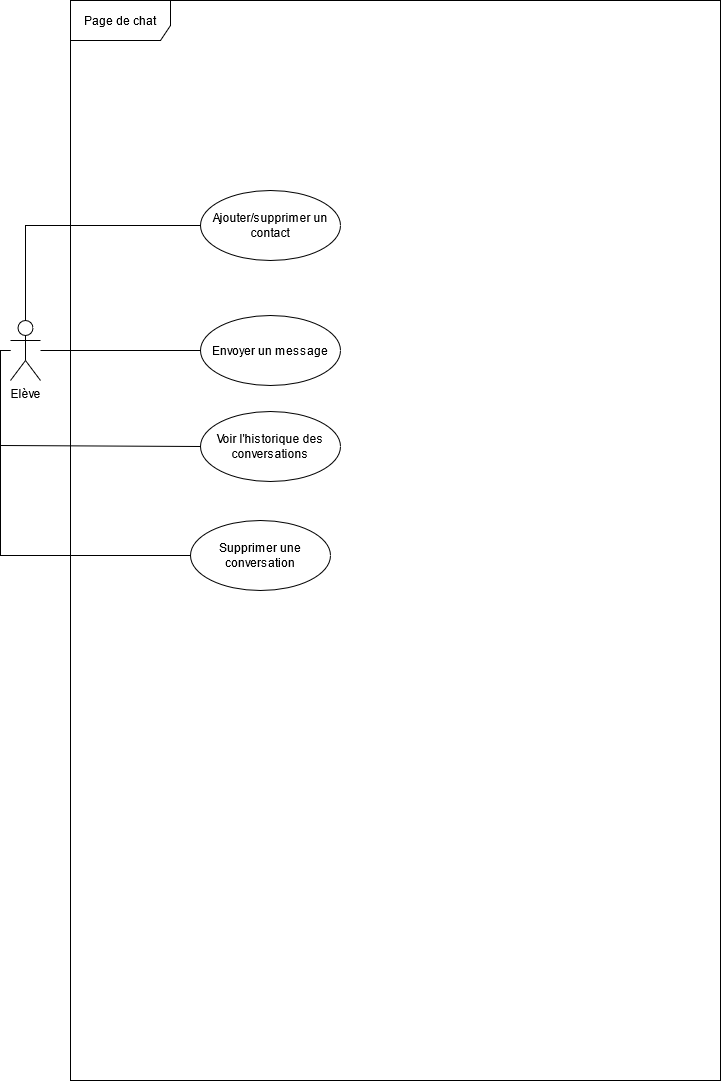
Earlier version of the draw.io export UML/uml_page_de_chat.png (Dany-cm/P3_Designez_une_application). Source tidied: cells renumbered, new cells last; positions are measured from the earlier drawing's top-left corner, leaving out a move shared by most shapes. Source of this version:
```xml
<mxGraphModel>
  <root>
    <mxCell id="0" />
    <mxCell id="1" parent="0" />
    <mxCell id="2" style="edgeStyle=orthogonalEdgeStyle;rounded=0;sketch=0;jettySize=auto;html=1;entryX=0;entryY=0.5;entryDx=0;entryDy=0;endArrow=none;endFill=0;" parent="1" edge="1" source="6" target="9">
      <mxGeometry relative="1" as="geometry">
        <Array as="points">
          <mxPoint x="25" y="225" />
        </Array>
      </mxGeometry>
    </mxCell>
    <mxCell id="3" style="edgeStyle=orthogonalEdgeStyle;rounded=0;sketch=0;jettySize=auto;html=1;entryX=0;entryY=0.5;entryDx=0;entryDy=0;endArrow=none;endFill=0;" parent="1" edge="1" source="6" target="10">
      <mxGeometry relative="1" as="geometry">
        <Array as="points">
          <mxPoint y="350" />
          <mxPoint y="445" />
        </Array>
      </mxGeometry>
    </mxCell>
    <mxCell id="4" style="edgeStyle=orthogonalEdgeStyle;rounded=0;sketch=0;jettySize=auto;html=1;startArrow=none;startFill=0;endArrow=none;endFill=0;" parent="1" edge="1" source="6" target="8">
      <mxGeometry relative="1" as="geometry" />
    </mxCell>
    <mxCell id="5" style="edgeStyle=orthogonalEdgeStyle;rounded=0;sketch=0;jettySize=auto;html=1;entryX=0;entryY=0.5;entryDx=0;entryDy=0;startArrow=none;startFill=0;endArrow=none;endFill=0;" parent="1" edge="1" source="6" target="11">
      <mxGeometry relative="1" as="geometry">
        <Array as="points">
          <mxPoint y="350" />
          <mxPoint y="555" />
        </Array>
      </mxGeometry>
    </mxCell>
    <mxCell id="6" value="Elève" style="shape=umlActor;verticalLabelPosition=bottom;verticalAlign=top;html=1;" parent="1" vertex="1">
      <mxGeometry x="10" y="320" width="30" height="60" as="geometry" />
    </mxCell>
    <mxCell id="7" value="Page de chat" style="shape=umlFrame;whiteSpace=wrap;html=1;width=100;height=40;" parent="1" vertex="1">
      <mxGeometry x="70" width="650" height="1080" as="geometry" />
    </mxCell>
    <mxCell id="8" value="Envoyer un message" style="ellipse;whiteSpace=wrap;html=1;" parent="1" vertex="1">
      <mxGeometry x="200" y="315" width="140" height="70" as="geometry" />
    </mxCell>
    <mxCell id="9" value="Ajouter/supprimer un contact" style="ellipse;whiteSpace=wrap;html=1;" parent="1" vertex="1">
      <mxGeometry x="200" y="190" width="140" height="70" as="geometry" />
    </mxCell>
    <mxCell id="10" value="Voir l'historique des conversations" style="ellipse;whiteSpace=wrap;html=1;" parent="1" vertex="1">
      <mxGeometry x="200" y="411" width="140" height="70" as="geometry" />
    </mxCell>
    <mxCell id="11" value="Supprimer une conversation" style="ellipse;whiteSpace=wrap;html=1;" parent="1" vertex="1">
      <mxGeometry x="190" y="520" width="140" height="70" as="geometry" />
    </mxCell>
  </root>
</mxGraphModel>
```
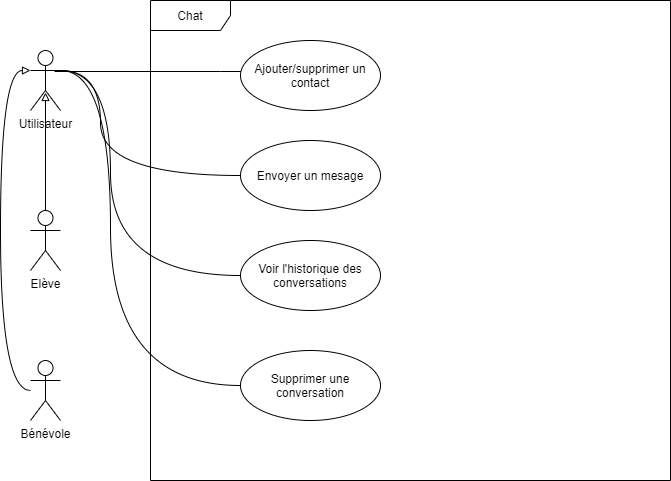
The same diagram one commit later.

Diff of the diagram source:
```diff
@@ -2,49 +2,73 @@
   <root>
     <mxCell id="0" />
     <mxCell id="1" parent="0" />
-    <mxCell id="2" style="edgeStyle=orthogonalEdgeStyle;rounded=0;sketch=0;jettySize=auto;html=1;entryX=0;entryY=0.5;entryDx=0;entryDy=0;endArrow=none;endFill=0;" parent="1" edge="1" source="6" target="9">
-      <mxGeometry relative="1" as="geometry">
-        <Array as="points">
-          <mxPoint x="25" y="225" />
-        </Array>
-      </mxGeometry>
-    </mxCell>
-    <mxCell id="3" style="edgeStyle=orthogonalEdgeStyle;rounded=0;sketch=0;jettySize=auto;html=1;entryX=0;entryY=0.5;entryDx=0;entryDy=0;endArrow=none;endFill=0;" parent="1" edge="1" source="6" target="10">
-      <mxGeometry relative="1" as="geometry">
-        <Array as="points">
-          <mxPoint y="350" />
-          <mxPoint y="445" />
-        </Array>
-      </mxGeometry>
-    </mxCell>
-    <mxCell id="4" style="edgeStyle=orthogonalEdgeStyle;rounded=0;sketch=0;jettySize=auto;html=1;startArrow=none;startFill=0;endArrow=none;endFill=0;" parent="1" edge="1" source="6" target="8">
-      <mxGeometry relative="1" as="geometry" />
-    </mxCell>
-    <mxCell id="5" style="edgeStyle=orthogonalEdgeStyle;rounded=0;sketch=0;jettySize=auto;html=1;entryX=0;entryY=0.5;entryDx=0;entryDy=0;startArrow=none;startFill=0;endArrow=none;endFill=0;" parent="1" edge="1" source="6" target="11">
-      <mxGeometry relative="1" as="geometry">
-        <Array as="points">
-          <mxPoint y="350" />
-          <mxPoint y="555" />
-        </Array>
-      </mxGeometry>
-    </mxCell>
+    <mxCell id="12" value="Utilisateur" style="shape=umlActor;verticalLabelPosition=bottom;verticalAlign=top;html=1;" parent="1" vertex="1">
+      <mxGeometry x="-10" y="270" width="30" height="60" as="geometry" />
+    </mxCell>
+    <mxCell id="13" style="edgeStyle=orthogonalEdgeStyle;curved=1;jettySize=auto;html=1;entryX=0.5;entryY=0.7;entryDx=0;entryDy=0;entryPerimeter=0;endArrow=block;endFill=0;" parent="1" edge="1" source="6" target="12">
+      <mxGeometry relative="1" as="geometry" />
+    </mxCell>
     <mxCell id="6" value="Elève" style="shape=umlActor;verticalLabelPosition=bottom;verticalAlign=top;html=1;" parent="1" vertex="1">
-      <mxGeometry x="10" y="320" width="30" height="60" as="geometry" />
+      <mxGeometry x="-10" y="430" width="30" height="60" as="geometry" />
     </mxCell>
-    <mxCell id="7" value="Page de chat" style="shape=umlFrame;whiteSpace=wrap;html=1;width=100;height=40;" parent="1" vertex="1">
-      <mxGeometry x="70" width="650" height="1080" as="geometry" />
-    </mxCell>
-    <mxCell id="8" value="Envoyer un message" style="ellipse;whiteSpace=wrap;html=1;" parent="1" vertex="1">
-      <mxGeometry x="200" y="315" width="140" height="70" as="geometry" />
-    </mxCell>
+    <mxCell id="14" style="edgeStyle=orthogonalEdgeStyle;curved=1;jettySize=auto;html=1;entryX=0;entryY=0.3333333333333333;entryDx=0;entryDy=0;entryPerimeter=0;endArrow=block;endFill=0;" parent="1" edge="1" source="15" target="12">
+      <mxGeometry relative="1" as="geometry">
+        <Array as="points">
+          <mxPoint x="-40" y="610" />
+          <mxPoint x="-40" y="290" />
+        </Array>
+      </mxGeometry>
+    </mxCell>
+    <mxCell id="15" value="Bénévole" style="shape=umlActor;verticalLabelPosition=bottom;verticalAlign=top;html=1;" parent="1" vertex="1">
+      <mxGeometry x="-10" y="580" width="30" height="60" as="geometry" />
+    </mxCell>
+    <mxCell id="16" value="Chat" style="shape=umlFrame;whiteSpace=wrap;html=1;width=80;height=30;" parent="1" vertex="1">
+      <mxGeometry x="110" y="220" width="520" height="480" as="geometry" />
+    </mxCell>
+    <mxCell id="17" style="edgeStyle=orthogonalEdgeStyle;jettySize=auto;html=1;entryX=1;entryY=0.3333333333333333;entryDx=0;entryDy=0;entryPerimeter=0;curved=1;endArrow=none;endFill=0;" parent="1" edge="1" source="18" target="12">
+      <mxGeometry relative="1" as="geometry">
+        <Array as="points">
+          <mxPoint x="60" y="395" />
+          <mxPoint x="60" y="290" />
+        </Array>
+      </mxGeometry>
+    </mxCell>
+    <mxCell id="18" value="Envoyer un mesage" style="ellipse;whiteSpace=wrap;html=1;" parent="1" vertex="1">
+      <mxGeometry x="200" y="360" width="140" height="70" as="geometry" />
+    </mxCell>
+    <mxCell id="19" style="edgeStyle=orthogonalEdgeStyle;curved=1;jettySize=auto;html=1;entryX=0.8;entryY=0.35;entryDx=0;entryDy=0;entryPerimeter=0;startArrow=none;startFill=0;endArrow=none;endFill=0;" parent="1" edge="1" source="9" target="12">
+      <mxGeometry relative="1" as="geometry">
+        <Array as="points">
+          <mxPoint x="180" y="291" />
+          <mxPoint x="180" y="291" />
+        </Array>
+      </mxGeometry>
+    </mxCell>
     <mxCell id="9" value="Ajouter/supprimer un contact" style="ellipse;whiteSpace=wrap;html=1;" parent="1" vertex="1">
-      <mxGeometry x="200" y="190" width="140" height="70" as="geometry" />
+      <mxGeometry x="200" y="260" width="140" height="70" as="geometry" />
     </mxCell>
+    <mxCell id="20" style="edgeStyle=orthogonalEdgeStyle;curved=1;jettySize=auto;html=1;entryX=1;entryY=0.3333333333333333;entryDx=0;entryDy=0;entryPerimeter=0;startArrow=none;startFill=0;endArrow=none;endFill=0;" parent="1" edge="1" source="11" target="12">
+      <mxGeometry relative="1" as="geometry">
+        <Array as="points">
+          <mxPoint x="70" y="605" />
+          <mxPoint x="70" y="290" />
+        </Array>
+      </mxGeometry>
+    </mxCell>
+    <mxCell id="11" value="Supprimer une conversation" style="ellipse;whiteSpace=wrap;html=1;" parent="1" vertex="1">
+      <mxGeometry x="200" y="570" width="140" height="70" as="geometry" />
+    </mxCell>
+    <mxCell id="21" style="edgeStyle=orthogonalEdgeStyle;curved=1;jettySize=auto;html=1;startArrow=none;startFill=0;endArrow=none;endFill=0;" parent="1" edge="1" source="10">
+      <mxGeometry relative="1" as="geometry">
+        <mxPoint x="20" y="290" as="targetPoint" />
+        <Array as="points">
+          <mxPoint x="70" y="495" />
+          <mxPoint x="70" y="290" />
+        </Array>
+      </mxGeometry>
+    </mxCell>
     <mxCell id="10" value="Voir l'historique des conversations" style="ellipse;whiteSpace=wrap;html=1;" parent="1" vertex="1">
-      <mxGeometry x="200" y="411" width="140" height="70" as="geometry" />
+      <mxGeometry x="200" y="460" width="140" height="70" as="geometry" />
     </mxCell>
-    <mxCell id="11" value="Supprimer une conversation" style="ellipse;whiteSpace=wrap;html=1;" parent="1" vertex="1">
-      <mxGeometry x="190" y="520" width="140" height="70" as="geometry" />
-    </mxCell>
   </root>
 </mxGraphModel>
```
